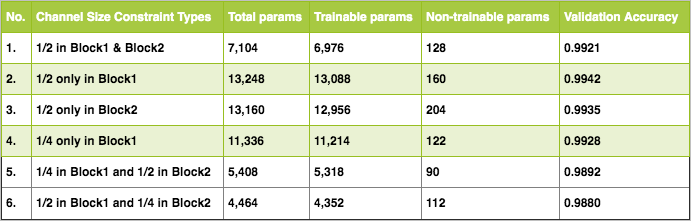
The draw.io diagram images/eva/S4_Proposal3_Table1.png in rashidmeras/rashidmeras.github.io, before a commit. Source tidied: cells renumbered, new cells last; positions are measured from the earlier drawing's top-left corner, leaving out a move shared by most shapes. The source it was exported from:
```xml
<mxGraphModel>
  <root>
    <mxCell id="0" />
    <mxCell id="1" parent="0" />
    <mxCell id="2" value="&lt;table border=&quot;1&quot; width=&quot;100%&quot; cellpadding=&quot;4&quot; style=&quot;width: 100% ; height: 100% ; border-collapse: collapse&quot;&gt;&lt;tbody&gt;&lt;tr style=&quot;background-color: #a7c942 ; color: #ffffff ; border: 1px solid #98bf21&quot;&gt;&lt;td&gt;&lt;b&gt;No.&lt;/b&gt;&lt;/td&gt;&lt;th align=&quot;left&quot;&gt;Channel Size Constraint Types&lt;/th&gt;&lt;th align=&quot;left&quot;&gt;Total params&lt;/th&gt;&lt;th align=&quot;left&quot;&gt;Trainable params&lt;/th&gt;&lt;td&gt;&lt;b&gt;Non-trainable params&lt;br&gt;&lt;/b&gt;&lt;/td&gt;&lt;td&gt;&lt;b&gt;Validation Accuracy&lt;/b&gt;&lt;/td&gt;&lt;/tr&gt;&lt;tr style=&quot;border: 1px solid #98bf21&quot;&gt;&lt;td&gt;&lt;b&gt;1.&lt;/b&gt;&lt;/td&gt;&lt;td&gt;&lt;b&gt;1/2 in Block1 &amp;amp; Block2&lt;/b&gt;&lt;/td&gt;&lt;td&gt;&lt;b&gt;7,104&lt;/b&gt;&lt;/td&gt;&lt;td&gt;&lt;b&gt;6,976&lt;/b&gt;&lt;/td&gt;&lt;td&gt;&lt;b&gt;128&lt;br&gt;&lt;/b&gt;&lt;/td&gt;&lt;td&gt;&lt;b&gt;0.9921&lt;br&gt;&lt;/b&gt;&lt;/td&gt;&lt;/tr&gt;&lt;tr style=&quot;background-color: #eaf2d3 ; border: 1px solid #98bf21&quot;&gt;&lt;td&gt;&lt;b&gt;2.&lt;/b&gt;&lt;/td&gt;&lt;td&gt;&lt;b&gt;1/2 only in Block1&lt;/b&gt;&lt;/td&gt;&lt;td&gt;&lt;b&gt;13,248&lt;br&gt;&lt;/b&gt;&lt;/td&gt;&lt;td&gt;&lt;b&gt;13,088&lt;/b&gt;&lt;/td&gt;&lt;td&gt;&lt;b&gt;160&lt;/b&gt;&lt;/td&gt;&lt;td&gt;&lt;b&gt;0.9942&lt;/b&gt;&lt;/td&gt;&lt;/tr&gt;&lt;tr style=&quot;border: 1px solid #98bf21&quot;&gt;&lt;td&gt;&lt;b&gt;3.&lt;/b&gt;&lt;/td&gt;&lt;td&gt;&lt;b&gt;1/2 only in Block2&lt;/b&gt;&lt;/td&gt;&lt;td&gt;&lt;b&gt;13,160&lt;/b&gt;&lt;/td&gt;&lt;td&gt;&lt;b&gt;12,956&lt;br&gt;&lt;/b&gt;&lt;/td&gt;&lt;td&gt;&lt;b&gt;204&lt;/b&gt;&lt;/td&gt;&lt;td&gt;&lt;b&gt;0.9935&lt;/b&gt;&lt;/td&gt;&lt;/tr&gt;&lt;tr style=&quot;background-color: #eaf2d3 ; border: 1px solid #98bf21&quot;&gt;&lt;td&gt;&lt;b&gt;4.&lt;/b&gt;&lt;/td&gt;&lt;td&gt;&lt;b&gt;1/4 only in Block1&lt;br&gt;&lt;/b&gt;&lt;/td&gt;&lt;td&gt;&lt;b&gt;11,336&lt;/b&gt;&lt;/td&gt;&lt;td&gt;&lt;b&gt;11,214&lt;/b&gt;&lt;/td&gt;&lt;td&gt;&lt;b&gt;122&lt;/b&gt;&lt;/td&gt;&lt;td&gt;&lt;b&gt;0.9928&lt;/b&gt;&lt;/td&gt;&lt;/tr&gt;&lt;tr&gt;&lt;td&gt;&lt;b&gt;5.&lt;/b&gt;&lt;/td&gt;&lt;td&gt;&lt;b&gt;1/4 in Block1 and 1/2 in Block2&lt;/b&gt;&lt;/td&gt;&lt;td&gt;&lt;b&gt;5,408&lt;br&gt;&lt;/b&gt;&lt;/td&gt;&lt;td&gt;&lt;b&gt;5,318&lt;br&gt;&lt;/b&gt;&lt;/td&gt;&lt;td&gt;&lt;b&gt;90&lt;/b&gt;&lt;/td&gt;&lt;td&gt;&lt;b&gt;0.9892&lt;/b&gt;&lt;/td&gt;&lt;/tr&gt;&lt;tr&gt;&lt;td&gt;&lt;b&gt;6.&lt;/b&gt;&lt;/td&gt;&lt;td&gt;&lt;b&gt;1/2 in Block1 and 1/4 in Block2&lt;/b&gt;&lt;/td&gt;&lt;td&gt;&lt;b&gt;4,464&lt;br&gt;&lt;/b&gt;&lt;/td&gt;&lt;td&gt;&lt;b&gt;4,352&lt;/b&gt;&lt;/td&gt;&lt;td&gt;&lt;b&gt;112&lt;/b&gt;&lt;/td&gt;&lt;td&gt;&lt;b&gt;0.9880&lt;/b&gt;&lt;/td&gt;&lt;/tr&gt;&lt;/tbody&gt;&lt;/table&gt;" style="text;html=1;strokeColor=#c0c0c0;fillColor=#ffffff;overflow=fill;rounded=0;" parent="1" vertex="1">
      <mxGeometry width="690" height="220" as="geometry" />
    </mxCell>
  </root>
</mxGraphModel>
```
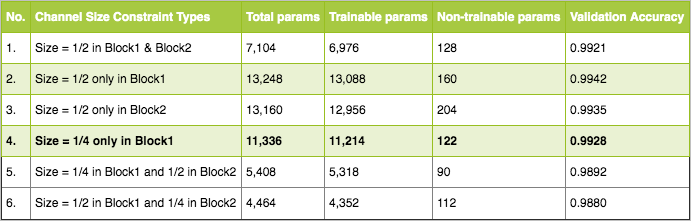
Above is the later version.

The edit, as a diff of the source:
```diff
@@ -2,7 +2,7 @@
   <root>
     <mxCell id="0" />
     <mxCell id="1" parent="0" />
-    <mxCell id="2" value="&lt;table border=&quot;1&quot; width=&quot;100%&quot; cellpadding=&quot;4&quot; style=&quot;width: 100% ; height: 100% ; border-collapse: collapse&quot;&gt;&lt;tbody&gt;&lt;tr style=&quot;background-color: #a7c942 ; color: #ffffff ; border: 1px solid #98bf21&quot;&gt;&lt;td&gt;&lt;b&gt;No.&lt;/b&gt;&lt;/td&gt;&lt;th align=&quot;left&quot;&gt;Channel Size Constraint Types&lt;/th&gt;&lt;th align=&quot;left&quot;&gt;Total params&lt;/th&gt;&lt;th align=&quot;left&quot;&gt;Trainable params&lt;/th&gt;&lt;td&gt;&lt;b&gt;Non-trainable params&lt;br&gt;&lt;/b&gt;&lt;/td&gt;&lt;td&gt;&lt;b&gt;Validation Accuracy&lt;/b&gt;&lt;/td&gt;&lt;/tr&gt;&lt;tr style=&quot;border: 1px solid #98bf21&quot;&gt;&lt;td&gt;&lt;b&gt;1.&lt;/b&gt;&lt;/td&gt;&lt;td&gt;&lt;b&gt;1/2 in Block1 &amp;amp; Block2&lt;/b&gt;&lt;/td&gt;&lt;td&gt;&lt;b&gt;7,104&lt;/b&gt;&lt;/td&gt;&lt;td&gt;&lt;b&gt;6,976&lt;/b&gt;&lt;/td&gt;&lt;td&gt;&lt;b&gt;128&lt;br&gt;&lt;/b&gt;&lt;/td&gt;&lt;td&gt;&lt;b&gt;0.9921&lt;br&gt;&lt;/b&gt;&lt;/td&gt;&lt;/tr&gt;&lt;tr style=&quot;background-color: #eaf2d3 ; border: 1px solid #98bf21&quot;&gt;&lt;td&gt;&lt;b&gt;2.&lt;/b&gt;&lt;/td&gt;&lt;td&gt;&lt;b&gt;1/2 only in Block1&lt;/b&gt;&lt;/td&gt;&lt;td&gt;&lt;b&gt;13,248&lt;br&gt;&lt;/b&gt;&lt;/td&gt;&lt;td&gt;&lt;b&gt;13,088&lt;/b&gt;&lt;/td&gt;&lt;td&gt;&lt;b&gt;160&lt;/b&gt;&lt;/td&gt;&lt;td&gt;&lt;b&gt;0.9942&lt;/b&gt;&lt;/td&gt;&lt;/tr&gt;&lt;tr style=&quot;border: 1px solid #98bf21&quot;&gt;&lt;td&gt;&lt;b&gt;3.&lt;/b&gt;&lt;/td&gt;&lt;td&gt;&lt;b&gt;1/2 only in Block2&lt;/b&gt;&lt;/td&gt;&lt;td&gt;&lt;b&gt;13,160&lt;/b&gt;&lt;/td&gt;&lt;td&gt;&lt;b&gt;12,956&lt;br&gt;&lt;/b&gt;&lt;/td&gt;&lt;td&gt;&lt;b&gt;204&lt;/b&gt;&lt;/td&gt;&lt;td&gt;&lt;b&gt;0.9935&lt;/b&gt;&lt;/td&gt;&lt;/tr&gt;&lt;tr style=&quot;background-color: #eaf2d3 ; border: 1px solid #98bf21&quot;&gt;&lt;td&gt;&lt;b&gt;4.&lt;/b&gt;&lt;/td&gt;&lt;td&gt;&lt;b&gt;1/4 only in Block1&lt;br&gt;&lt;/b&gt;&lt;/td&gt;&lt;td&gt;&lt;b&gt;11,336&lt;/b&gt;&lt;/td&gt;&lt;td&gt;&lt;b&gt;11,214&lt;/b&gt;&lt;/td&gt;&lt;td&gt;&lt;b&gt;122&lt;/b&gt;&lt;/td&gt;&lt;td&gt;&lt;b&gt;0.9928&lt;/b&gt;&lt;/td&gt;&lt;/tr&gt;&lt;tr&gt;&lt;td&gt;&lt;b&gt;5.&lt;/b&gt;&lt;/td&gt;&lt;td&gt;&lt;b&gt;1/4 in Block1 and 1/2 in Block2&lt;/b&gt;&lt;/td&gt;&lt;td&gt;&lt;b&gt;5,408&lt;br&gt;&lt;/b&gt;&lt;/td&gt;&lt;td&gt;&lt;b&gt;5,318&lt;br&gt;&lt;/b&gt;&lt;/td&gt;&lt;td&gt;&lt;b&gt;90&lt;/b&gt;&lt;/td&gt;&lt;td&gt;&lt;b&gt;0.9892&lt;/b&gt;&lt;/td&gt;&lt;/tr&gt;&lt;tr&gt;&lt;td&gt;&lt;b&gt;6.&lt;/b&gt;&lt;/td&gt;&lt;td&gt;&lt;b&gt;1/2 in Block1 and 1/4 in Block2&lt;/b&gt;&lt;/td&gt;&lt;td&gt;&lt;b&gt;4,464&lt;br&gt;&lt;/b&gt;&lt;/td&gt;&lt;td&gt;&lt;b&gt;4,352&lt;/b&gt;&lt;/td&gt;&lt;td&gt;&lt;b&gt;112&lt;/b&gt;&lt;/td&gt;&lt;td&gt;&lt;b&gt;0.9880&lt;/b&gt;&lt;/td&gt;&lt;/tr&gt;&lt;/tbody&gt;&lt;/table&gt;" style="text;html=1;strokeColor=#c0c0c0;fillColor=#ffffff;overflow=fill;rounded=0;" parent="1" vertex="1">
+    <mxCell id="2" value="&lt;table border=&quot;1&quot; width=&quot;100%&quot; cellpadding=&quot;4&quot; style=&quot;width: 100% ; height: 100% ; border-collapse: collapse&quot;&gt;&lt;tbody&gt;&lt;tr style=&quot;background-color: #a7c942 ; color: #ffffff ; border: 1px solid #98bf21&quot;&gt;&lt;td&gt;&lt;b&gt;No.&lt;/b&gt;&lt;/td&gt;&lt;th align=&quot;left&quot;&gt;Channel Size Constraint Types&lt;/th&gt;&lt;th align=&quot;left&quot;&gt;Total params&lt;/th&gt;&lt;th align=&quot;left&quot;&gt;Trainable params&lt;/th&gt;&lt;td&gt;&lt;b&gt;Non-trainable params&lt;br&gt;&lt;/b&gt;&lt;/td&gt;&lt;td&gt;&lt;b&gt;Validation Accuracy&lt;/b&gt;&lt;/td&gt;&lt;/tr&gt;&lt;tr style=&quot;border: 1px solid #98bf21&quot;&gt;&lt;td&gt;1.&lt;/td&gt;&lt;td&gt;Size = 1/2 in Block1 &amp;amp; Block2&lt;/td&gt;&lt;td&gt;7,104&lt;/td&gt;&lt;td&gt;6,976&lt;/td&gt;&lt;td&gt;128&lt;br&gt;&lt;/td&gt;&lt;td&gt;0.9921&lt;br&gt;&lt;/td&gt;&lt;/tr&gt;&lt;tr style=&quot;background-color: #eaf2d3 ; border: 1px solid #98bf21&quot;&gt;&lt;td&gt;2.&lt;/td&gt;&lt;td&gt;Size = 1/2 only in Block1&lt;/td&gt;&lt;td&gt;13,248&lt;br&gt;&lt;/td&gt;&lt;td&gt;13,088&lt;/td&gt;&lt;td&gt;160&lt;/td&gt;&lt;td&gt;0.9942&lt;/td&gt;&lt;/tr&gt;&lt;tr style=&quot;border: 1px solid #98bf21&quot;&gt;&lt;td&gt;3.&lt;/td&gt;&lt;td&gt;Size = 1/2 only in Block2&lt;/td&gt;&lt;td&gt;13,160&lt;/td&gt;&lt;td&gt;12,956&lt;br&gt;&lt;/td&gt;&lt;td&gt;204&lt;/td&gt;&lt;td&gt;0.9935&lt;/td&gt;&lt;/tr&gt;&lt;tr style=&quot;background-color: #eaf2d3 ; border: 1px solid #98bf21&quot;&gt;&lt;td&gt;&lt;b&gt;4.&lt;/b&gt;&lt;/td&gt;&lt;td&gt;&lt;b&gt;Size = 1/4 only in Block1&lt;br&gt;&lt;/b&gt;&lt;/td&gt;&lt;td&gt;&lt;b&gt;11,336&lt;/b&gt;&lt;/td&gt;&lt;td&gt;&lt;b&gt;11,214&lt;/b&gt;&lt;/td&gt;&lt;td&gt;&lt;b&gt;122&lt;/b&gt;&lt;/td&gt;&lt;td&gt;&lt;b&gt;0.9928&lt;/b&gt;&lt;/td&gt;&lt;/tr&gt;&lt;tr&gt;&lt;td&gt;5.&lt;/td&gt;&lt;td&gt;Size = 1/4 in Block1 and 1/2 in Block2&lt;/td&gt;&lt;td&gt;5,408&lt;br&gt;&lt;/td&gt;&lt;td&gt;5,318&lt;br&gt;&lt;/td&gt;&lt;td&gt;90&lt;/td&gt;&lt;td&gt;0.9892&lt;/td&gt;&lt;/tr&gt;&lt;tr&gt;&lt;td&gt;6.&lt;/td&gt;&lt;td&gt;Size = 1/2 in Block1 and 1/4 in Block2&lt;/td&gt;&lt;td&gt;4,464&lt;br&gt;&lt;/td&gt;&lt;td&gt;4,352&lt;/td&gt;&lt;td&gt;112&lt;/td&gt;&lt;td&gt;0.9880&lt;/td&gt;&lt;/tr&gt;&lt;/tbody&gt;&lt;/table&gt;" style="text;html=1;strokeColor=#c0c0c0;fillColor=#ffffff;overflow=fill;rounded=0;" parent="1" vertex="1">
       <mxGeometry width="690" height="220" as="geometry" />
     </mxCell>
   </root>
```
